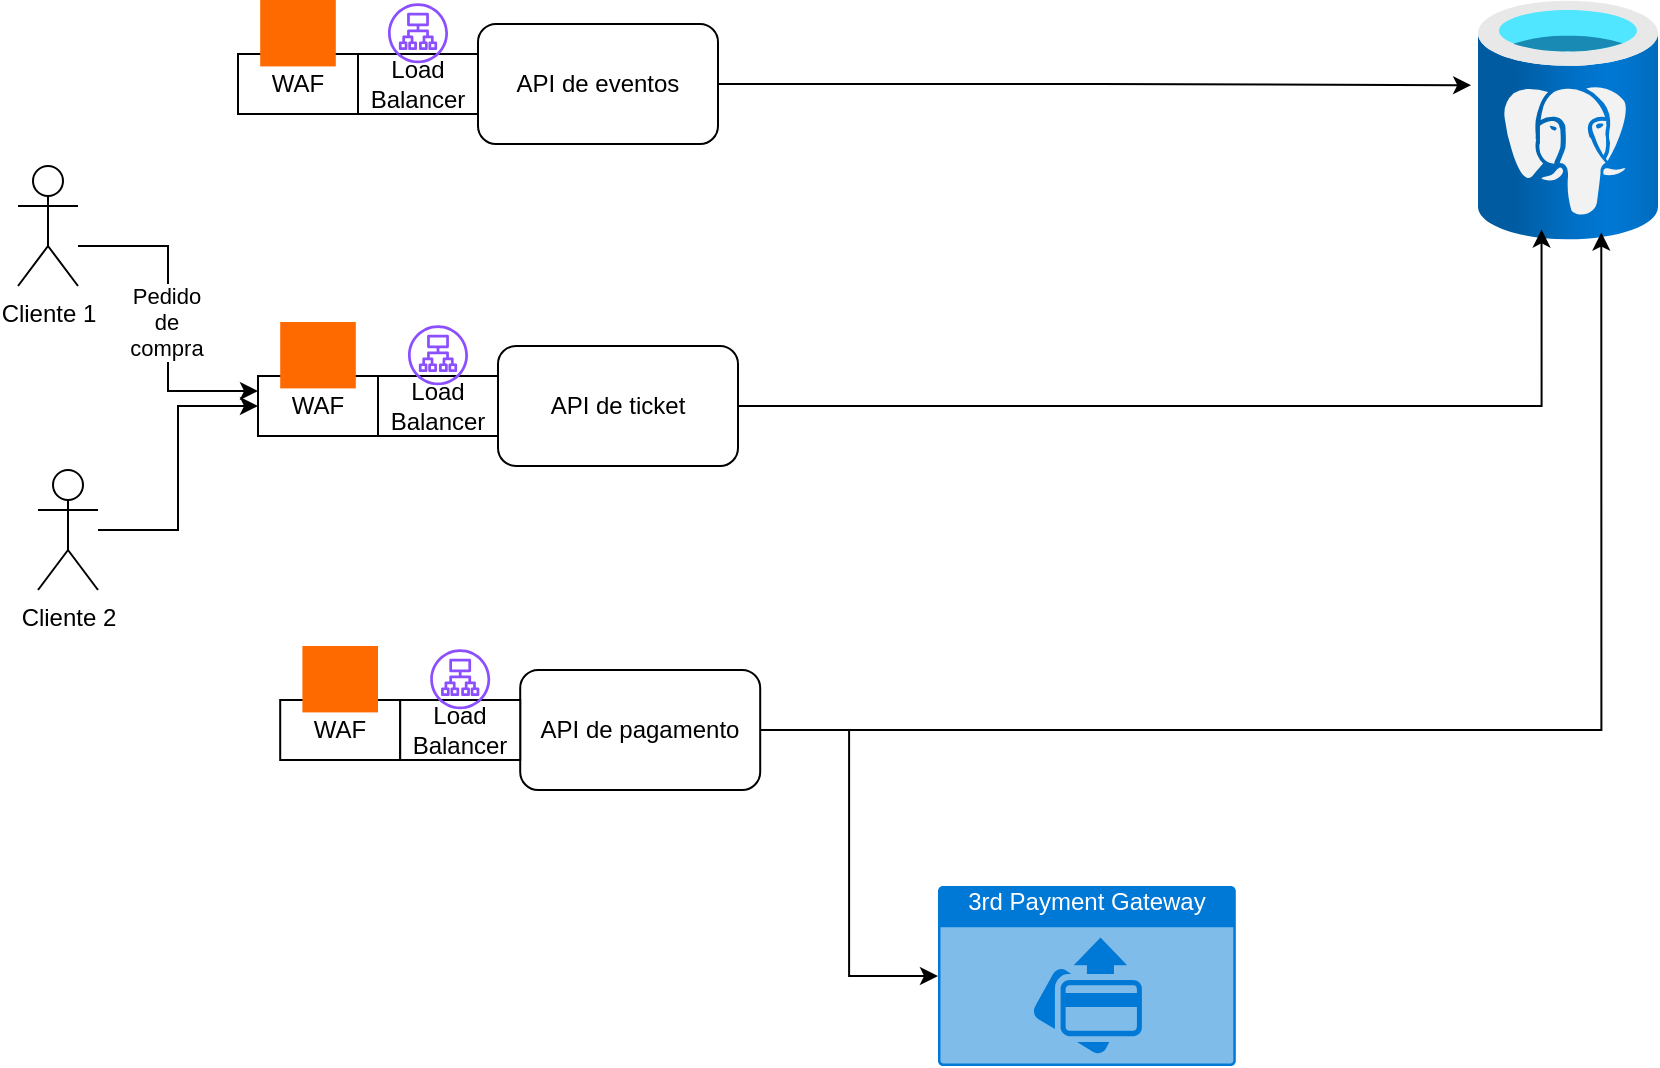
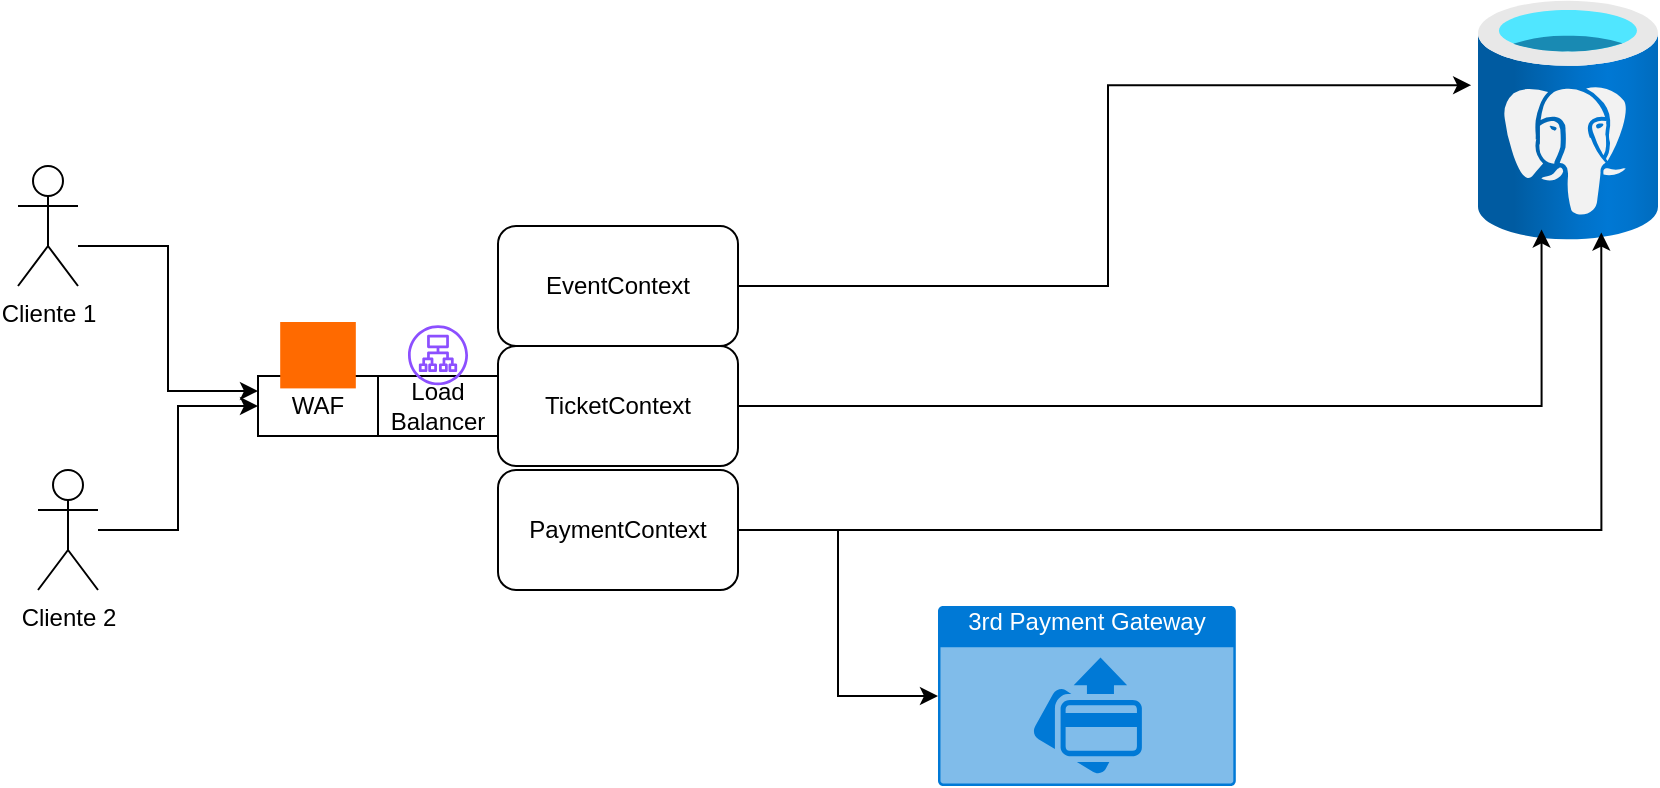
<mxfile host="app.diagrams.net">
  <diagram name="Página-1" id="aqG8KMB3MC1FE8FstNsO">
-     <mxGraphModel dx="1750" dy="647" grid="1" gridSize="10" guides="1" tooltips="1" connect="1" arrows="1" fold="1" page="1" pageScale="1" pageWidth="827" pageHeight="1169" math="0" shadow="0">
+     <mxGraphModel dx="2027" dy="841" grid="1" gridSize="10" guides="1" tooltips="1" connect="1" arrows="1" fold="1" page="1" pageScale="1" pageWidth="827" pageHeight="1169" math="0" shadow="0">
      <root>
        <mxCell id="0" />
        <mxCell id="1" parent="0" />
-         <mxCell id="-l7Hqz_uhVwXyKb_u34l-1" parent="1" style="rounded=1;whiteSpace=wrap;html=1;" value="API de ticket" vertex="1">
+         <mxCell id="-l7Hqz_uhVwXyKb_u34l-1" parent="1" style="rounded=1;whiteSpace=wrap;html=1;" value="TicketContext" vertex="1">
          <mxGeometry height="60" width="120" x="-50" y="300" as="geometry" />
        </mxCell>
        <mxCell id="-l7Hqz_uhVwXyKb_u34l-64" edge="1" parent="1" source="-l7Hqz_uhVwXyKb_u34l-2" style="edgeStyle=orthogonalEdgeStyle;rounded=0;orthogonalLoop=1;jettySize=auto;html=1;entryX=0;entryY=0.25;entryDx=0;entryDy=0;" target="-l7Hqz_uhVwXyKb_u34l-62">
          <mxGeometry relative="1" as="geometry">
            <Array as="points">
              <mxPoint x="-215" y="250" />
              <mxPoint x="-215" y="323" />
            </Array>
-           </mxGeometry>
-         </mxCell>
-         <mxCell id="-l7Hqz_uhVwXyKb_u34l-65" connectable="0" parent="-l7Hqz_uhVwXyKb_u34l-64" style="edgeLabel;html=1;align=center;verticalAlign=middle;resizable=0;points=[];" value="Pedido&lt;div&gt;de&lt;/div&gt;&lt;div&gt;compra&lt;/div&gt;" vertex="1">
-           <mxGeometry relative="1" x="-0.102" y="-1" as="geometry">
-             <mxPoint y="10" as="offset" />
          </mxGeometry>
        </mxCell>
        <mxCell id="-l7Hqz_uhVwXyKb_u34l-2" parent="1" style="shape=umlActor;verticalLabelPosition=bottom;verticalAlign=top;html=1;outlineConnect=0;" value="Cliente 1" vertex="1">
          <mxGeometry height="60" width="30" x="-290" y="210" as="geometry" />
        </mxCell>
        <mxCell id="-l7Hqz_uhVwXyKb_u34l-66" edge="1" parent="1" source="-l7Hqz_uhVwXyKb_u34l-3" style="edgeStyle=orthogonalEdgeStyle;rounded=0;orthogonalLoop=1;jettySize=auto;html=1;entryX=0;entryY=0.5;entryDx=0;entryDy=0;" target="-l7Hqz_uhVwXyKb_u34l-62">
          <mxGeometry relative="1" as="geometry" />
        </mxCell>
        <mxCell id="-l7Hqz_uhVwXyKb_u34l-3" parent="1" style="shape=umlActor;verticalLabelPosition=bottom;verticalAlign=top;html=1;outlineConnect=0;" value="Cliente 2" vertex="1">
          <mxGeometry height="60" width="30" x="-280" y="362" as="geometry" />
        </mxCell>
        <mxCell id="-l7Hqz_uhVwXyKb_u34l-62" parent="1" style="rounded=0;whiteSpace=wrap;html=1;" value="WAF" vertex="1">
          <mxGeometry height="30" width="60" x="-170" y="315" as="geometry" />
        </mxCell>
        <mxCell id="-l7Hqz_uhVwXyKb_u34l-63" parent="1" style="rounded=0;whiteSpace=wrap;html=1;" value="Load Balancer" vertex="1">
          <mxGeometry height="30" width="60" x="-110" y="315" as="geometry" />
        </mxCell>
        <mxCell id="-l7Hqz_uhVwXyKb_u34l-67" parent="1" style="points=[];aspect=fixed;html=1;align=center;shadow=0;dashed=0;fillColor=#FF6A00;strokeColor=none;shape=mxgraph.alibaba_cloud.waf_web_application_firewall;" value="" vertex="1">
          <mxGeometry height="33.2" width="37.81" x="-158.9" y="288" as="geometry" />
        </mxCell>
        <mxCell id="-l7Hqz_uhVwXyKb_u34l-68" parent="1" style="sketch=0;outlineConnect=0;fontColor=#232F3E;gradientColor=none;fillColor=#8C4FFF;strokeColor=none;dashed=0;verticalLabelPosition=bottom;verticalAlign=top;align=center;html=1;fontSize=12;fontStyle=0;aspect=fixed;pointerEvents=1;shape=mxgraph.aws4.application_load_balancer;" value="" vertex="1">
          <mxGeometry height="30" width="30" x="-95" y="289.6" as="geometry" />
        </mxCell>
        <mxCell id="M3HjnXN-w7Hg_7hIf5sX-3" parent="1" style="image;aspect=fixed;html=1;points=[];align=center;fontSize=12;image=img/lib/azure2/databases/Azure_Database_PostgreSQL_Server.svg;" value="" vertex="1">
          <mxGeometry height="120" width="90" x="440" y="127" as="geometry" />
        </mxCell>
        <mxCell id="M3HjnXN-w7Hg_7hIf5sX-16" edge="1" parent="1" source="M3HjnXN-w7Hg_7hIf5sX-6" style="edgeStyle=orthogonalEdgeStyle;rounded=0;orthogonalLoop=1;jettySize=auto;html=1;entryX=0.685;entryY=0.969;entryDx=0;entryDy=0;entryPerimeter=0;" target="M3HjnXN-w7Hg_7hIf5sX-3">
          <mxGeometry relative="1" as="geometry" />
        </mxCell>
-         <mxCell id="M3HjnXN-w7Hg_7hIf5sX-6" parent="1" style="rounded=1;whiteSpace=wrap;html=1;" value="API de pagamento" vertex="1">
-           <mxGeometry height="60" width="120" x="-38.900000000000006" y="462" as="geometry" />
+         <mxCell id="M3HjnXN-w7Hg_7hIf5sX-6" parent="1" style="rounded=1;whiteSpace=wrap;html=1;" value="PaymentContext" vertex="1">
+           <mxGeometry height="60" width="120" x="-50.00000000000001" y="362" as="geometry" />
        </mxCell>
-         <mxCell id="M3HjnXN-w7Hg_7hIf5sX-7" parent="1" style="rounded=0;whiteSpace=wrap;html=1;" value="WAF" vertex="1">
-           <mxGeometry height="30" width="60" x="-158.9" y="477" as="geometry" />
-         </mxCell>
-         <mxCell id="M3HjnXN-w7Hg_7hIf5sX-8" parent="1" style="rounded=0;whiteSpace=wrap;html=1;" value="Load Balancer" vertex="1">
-           <mxGeometry height="30" width="60" x="-98.9" y="477" as="geometry" />
-         </mxCell>
-         <mxCell id="M3HjnXN-w7Hg_7hIf5sX-9" parent="1" style="points=[];aspect=fixed;html=1;align=center;shadow=0;dashed=0;fillColor=#FF6A00;strokeColor=none;shape=mxgraph.alibaba_cloud.waf_web_application_firewall;" value="" vertex="1">
-           <mxGeometry height="33.2" width="37.81" x="-147.8" y="450" as="geometry" />
-         </mxCell>
-         <mxCell id="M3HjnXN-w7Hg_7hIf5sX-10" parent="1" style="sketch=0;outlineConnect=0;fontColor=#232F3E;gradientColor=none;fillColor=#8C4FFF;strokeColor=none;dashed=0;verticalLabelPosition=bottom;verticalAlign=top;align=center;html=1;fontSize=12;fontStyle=0;aspect=fixed;pointerEvents=1;shape=mxgraph.aws4.application_load_balancer;" value="" vertex="1">
-           <mxGeometry height="30" width="30" x="-83.9" y="451.6" as="geometry" />
-         </mxCell>
-         <mxCell id="M3HjnXN-w7Hg_7hIf5sX-11" parent="1" style="rounded=1;whiteSpace=wrap;html=1;" value="API de eventos" vertex="1">
-           <mxGeometry height="60" width="120" x="-60" y="139" as="geometry" />
-         </mxCell>
-         <mxCell id="M3HjnXN-w7Hg_7hIf5sX-12" parent="1" style="rounded=0;whiteSpace=wrap;html=1;" value="WAF" vertex="1">
-           <mxGeometry height="30" width="60" x="-180" y="154" as="geometry" />
-         </mxCell>
-         <mxCell id="M3HjnXN-w7Hg_7hIf5sX-13" parent="1" style="rounded=0;whiteSpace=wrap;html=1;" value="Load Balancer" vertex="1">
-           <mxGeometry height="30" width="60" x="-120" y="154" as="geometry" />
-         </mxCell>
-         <mxCell id="M3HjnXN-w7Hg_7hIf5sX-14" parent="1" style="points=[];aspect=fixed;html=1;align=center;shadow=0;dashed=0;fillColor=#FF6A00;strokeColor=none;shape=mxgraph.alibaba_cloud.waf_web_application_firewall;" value="" vertex="1">
-           <mxGeometry height="33.2" width="37.81" x="-168.9" y="127" as="geometry" />
-         </mxCell>
-         <mxCell id="M3HjnXN-w7Hg_7hIf5sX-15" parent="1" style="sketch=0;outlineConnect=0;fontColor=#232F3E;gradientColor=none;fillColor=#8C4FFF;strokeColor=none;dashed=0;verticalLabelPosition=bottom;verticalAlign=top;align=center;html=1;fontSize=12;fontStyle=0;aspect=fixed;pointerEvents=1;shape=mxgraph.aws4.application_load_balancer;" value="" vertex="1">
-           <mxGeometry height="30" width="30" x="-105" y="128.60000000000002" as="geometry" />
+         <mxCell id="M3HjnXN-w7Hg_7hIf5sX-11" parent="1" style="rounded=1;whiteSpace=wrap;html=1;" value="EventContext" vertex="1">
+           <mxGeometry height="60" width="120" x="-50" y="240" as="geometry" />
        </mxCell>
        <mxCell id="M3HjnXN-w7Hg_7hIf5sX-17" edge="1" parent="1" source="-l7Hqz_uhVwXyKb_u34l-1" style="edgeStyle=orthogonalEdgeStyle;rounded=0;orthogonalLoop=1;jettySize=auto;html=1;entryX=0.353;entryY=0.956;entryDx=0;entryDy=0;entryPerimeter=0;" target="M3HjnXN-w7Hg_7hIf5sX-3">
          <mxGeometry relative="1" as="geometry" />
        </mxCell>
        <mxCell id="M3HjnXN-w7Hg_7hIf5sX-18" edge="1" parent="1" source="M3HjnXN-w7Hg_7hIf5sX-11" style="edgeStyle=orthogonalEdgeStyle;rounded=0;orthogonalLoop=1;jettySize=auto;html=1;entryX=-0.038;entryY=0.355;entryDx=0;entryDy=0;entryPerimeter=0;" target="M3HjnXN-w7Hg_7hIf5sX-3">
          <mxGeometry relative="1" as="geometry" />
        </mxCell>
        <mxCell id="M3HjnXN-w7Hg_7hIf5sX-19" parent="1" style="html=1;whiteSpace=wrap;strokeColor=none;fillColor=#0079D6;labelPosition=center;verticalLabelPosition=middle;verticalAlign=top;align=center;fontSize=12;outlineConnect=0;spacingTop=-6;fontColor=#FFFFFF;sketch=0;shape=mxgraph.sitemap.payment;" value="3rd Payment Gateway" vertex="1">
-           <mxGeometry height="90" width="148.9" x="170" y="570" as="geometry" />
+           <mxGeometry height="90" width="148.9" x="170" y="430" as="geometry" />
        </mxCell>
        <mxCell id="M3HjnXN-w7Hg_7hIf5sX-20" edge="1" parent="1" source="M3HjnXN-w7Hg_7hIf5sX-6" style="edgeStyle=orthogonalEdgeStyle;rounded=0;orthogonalLoop=1;jettySize=auto;html=1;entryX=0;entryY=0.5;entryDx=0;entryDy=0;entryPerimeter=0;" target="M3HjnXN-w7Hg_7hIf5sX-19">
          <mxGeometry relative="1" as="geometry" />
        </mxCell>
      </root>
    </mxGraphModel>
  </diagram>
</mxfile>
